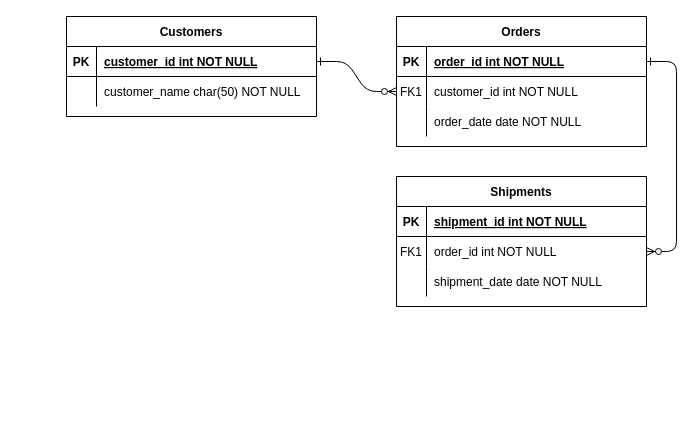
littlek/Bootcamp keeps this draw.io diagram as Untitled Diagram.drawio. Above is the earlier version. Source tidied: cells renumbered, new cells numbered last; positions are measured from the earlier drawing's top-left corner, leaving out a move shared by most shapes. Both pictures are drawn from the tidied source at 100%, with x=0, y=0 at pixel (66, 16).
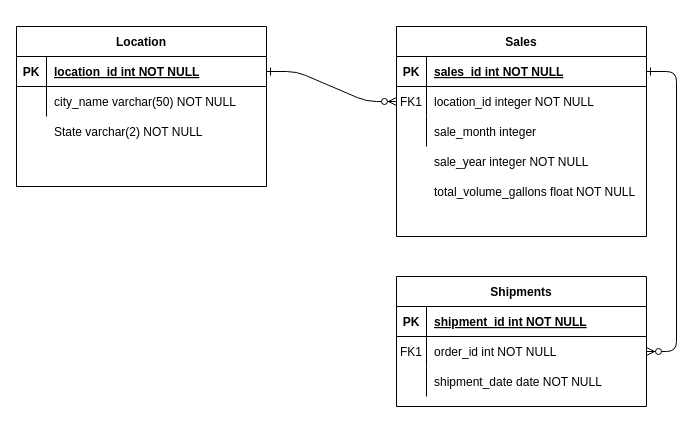
The same page after the edit.

Commit message:
SQL Project - Monthly Chipolte sales.drawio

The change refers to these unchanged cells:
```xml
<mxCell id="5" style="shape=partialRectangle;fillColor=none;points=[[0,0.5],[1,0.5]];portConstraint=eastwest;top=0;left=0;right=0;bottom=1;" parent="4" vertex="1">
  <mxGeometry y="30" width="250" height="30" as="geometry" />
</mxCell>
<mxCell id="8" style="shape=partialRectangle;fillColor=none;points=[[0,0.5],[1,0.5]];portConstraint=eastwest;top=0;left=0;right=0;bottom=0;" parent="4" vertex="1">
  <mxGeometry y="60" width="250" height="30" as="geometry" />
</mxCell>
<mxCell id="11" style="shape=partialRectangle;fillColor=none;top=0;left=0;right=0;bottom=0;" parent="4" vertex="1">
  <mxGeometry y="90" width="250" height="30" as="geometry" />
</mxCell>
<mxCell id="25" style="shape=partialRectangle;fillColor=none;points=[[0,0.5],[1,0.5]];portConstraint=eastwest;top=0;left=0;right=0;bottom=1;" parent="24" vertex="1">
  <mxGeometry y="30" width="250" height="30" as="geometry" />
</mxCell>
<mxCell id="28" style="shape=partialRectangle;fillColor=none;top=0;left=0;right=0;bottom=0;" parent="24" vertex="1">
  <mxGeometry y="60" width="250" height="30" as="geometry" />
</mxCell>
```

Change to the diagram source:
```diff
@@
-    <mxCell id="4" value="Orders" style="shape=table;startSize=30;childLayout=tableLayout;rowLines=0;fontStyle=1;align=center;" parent="1" vertex="1">
-      <mxGeometry x="330" width="250" height="130" as="geometry" />
+    <mxCell id="4" value="Sales" style="shape=table;startSize=30;childLayout=tableLayout;rowLines=0;fontStyle=1;align=center;" parent="1" vertex="1">
+      <mxGeometry x="330" y="10" width="250" height="210" as="geometry" />
     </mxCell>
@@
-    <mxCell id="7" value="order_id int NOT NULL " style="shape=partialRectangle;overflow=hidden;fillColor=none;top=0;left=0;bottom=0;right=0;align=left;spacingLeft=6;fontStyle=5;" parent="5" vertex="1">
+    <mxCell id="7" value="sales_id int NOT NULL " style="shape=partialRectangle;overflow=hidden;fillColor=none;top=0;left=0;bottom=0;right=0;align=left;spacingLeft=6;fontStyle=5;" parent="5" vertex="1">
       <mxGeometry x="30" width="220" height="30" as="geometry" />
     </mxCell>
@@
-    <mxCell id="10" value="customer_id int NOT NULL" style="shape=partialRectangle;overflow=hidden;fillColor=none;top=0;left=0;bottom=0;right=0;align=left;spacingLeft=6;" parent="8" vertex="1">
+    <mxCell id="10" value="location_id integer NOT NULL" style="shape=partialRectangle;overflow=hidden;fillColor=none;top=0;left=0;bottom=0;right=0;align=left;spacingLeft=6;" parent="8" vertex="1">
       <mxGeometry x="30" width="220" height="30" as="geometry" />
     </mxCell>
@@
-    <mxCell id="13" value="order_date date NOT NULL" style="shape=partialRectangle;overflow=hidden;fillColor=none;top=0;left=0;bottom=0;right=0;align=left;spacingLeft=6;" parent="11" vertex="1">
+    <mxCell id="13" value="sale_month integer " style="shape=partialRectangle;overflow=hidden;fillColor=none;top=0;left=0;bottom=0;right=0;align=left;spacingLeft=6;" parent="11" vertex="1">
       <mxGeometry x="30" width="220" height="30" as="geometry" />
     </mxCell>
     <mxCell id="14" value="Shipments" style="shape=table;startSize=30;childLayout=tableLayout;rowLines=0;fontStyle=1;align=center;" parent="1" vertex="1">
-      <mxGeometry x="330" y="160" width="250" height="130" as="geometry" />
+      <mxGeometry x="330" y="260" width="250" height="130" as="geometry" />
     </mxCell>
@@
-    <mxCell id="24" value="Customers" style="shape=table;startSize=30;childLayout=tableLayout;rowLines=0;fontStyle=1;align=center;" parent="1" vertex="1">
-      <mxGeometry width="250" height="100" as="geometry" />
+    <mxCell id="24" value="Location" style="shape=table;startSize=30;childLayout=tableLayout;rowLines=0;fontStyle=1;align=center;" parent="1" vertex="1">
+      <mxGeometry x="-50" y="10" width="250" height="160" as="geometry" />
     </mxCell>
@@
-    <mxCell id="27" value="customer_id int NOT NULL " style="shape=partialRectangle;overflow=hidden;fillColor=none;top=0;left=0;bottom=0;right=0;align=left;spacingLeft=6;fontStyle=5;" parent="25" vertex="1">
+    <mxCell id="27" value="location_id int NOT NULL " style="shape=partialRectangle;overflow=hidden;fillColor=none;top=0;left=0;bottom=0;right=0;align=left;spacingLeft=6;fontStyle=5;" parent="25" vertex="1">
       <mxGeometry x="30" width="220" height="30" as="geometry" />
     </mxCell>
@@
-    <mxCell id="30" value="customer_name char(50) NOT NULL" style="shape=partialRectangle;overflow=hidden;fillColor=none;top=0;left=0;bottom=0;right=0;align=left;spacingLeft=6;" parent="28" vertex="1">
+    <mxCell id="30" value="city_name varchar(50) NOT NULL" style="shape=partialRectangle;overflow=hidden;fillColor=none;top=0;left=0;bottom=0;right=0;align=left;spacingLeft=6;" parent="28" vertex="1">
       <mxGeometry x="30" width="220" height="30" as="geometry" />
     </mxCell>
+    <mxCell id="31" style="shape=partialRectangle;fillColor=none;top=0;left=0;right=0;bottom=0;" parent="1" vertex="1">
+      <mxGeometry x="-50" y="100" width="250" height="30" as="geometry" />
+    </mxCell>
+    <mxCell id="32" style="shape=partialRectangle;overflow=hidden;fillColor=none;top=0;left=0;bottom=0;right=0;" parent="31" vertex="1">
+      <mxGeometry width="30" height="30" as="geometry" />
+    </mxCell>
+    <mxCell id="33" value="State varchar(2) NOT NULL" style="shape=partialRectangle;overflow=hidden;fillColor=none;top=0;left=0;bottom=0;right=0;align=left;spacingLeft=6;" parent="31" vertex="1">
+      <mxGeometry x="30" width="220" height="30" as="geometry" />
+    </mxCell>
+    <mxCell id="34" value="total_volume_gallons float NOT NULL" style="shape=partialRectangle;overflow=hidden;fillColor=none;top=0;left=0;bottom=0;right=0;align=left;spacingLeft=6;" parent="1" vertex="1">
+      <mxGeometry x="360" y="160" width="220" height="30" as="geometry" />
+    </mxCell>
+    <mxCell id="35" value="sale_year integer NOT NULL" style="shape=partialRectangle;overflow=hidden;fillColor=none;top=0;left=0;bottom=0;right=0;align=left;spacingLeft=6;" parent="1" vertex="1">
+      <mxGeometry x="360" y="130" width="220" height="30" as="geometry" />
+    </mxCell>
```
